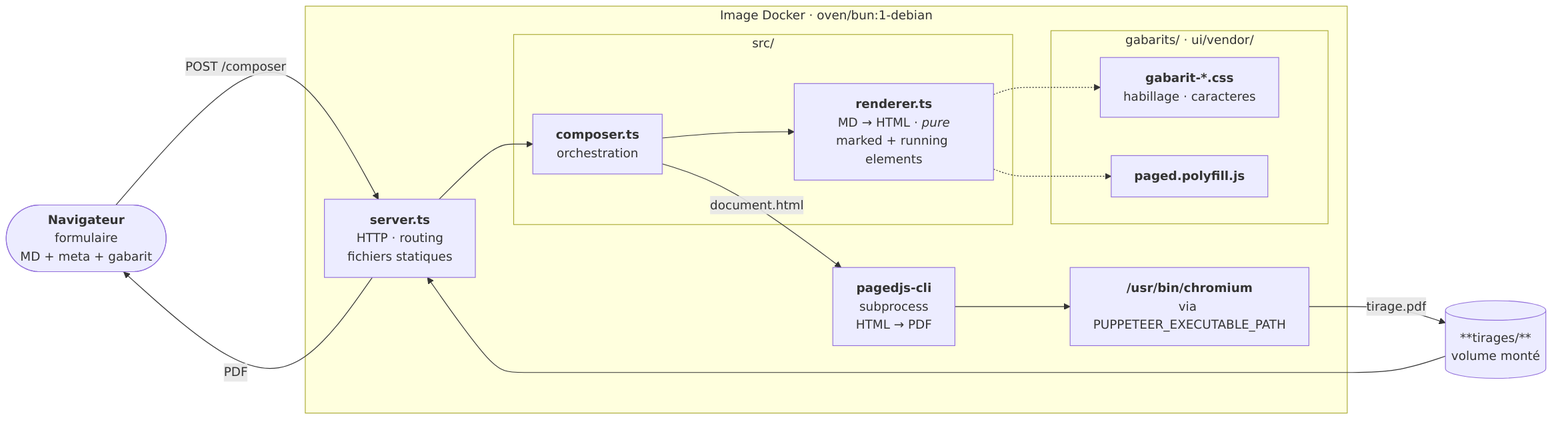
This is docs/rendus/architecture.png from sans-titre/tampon, a Mermaid export, as it was before one commit. Its source is kept beside it as docs/diagrammes/architecture.mmd.
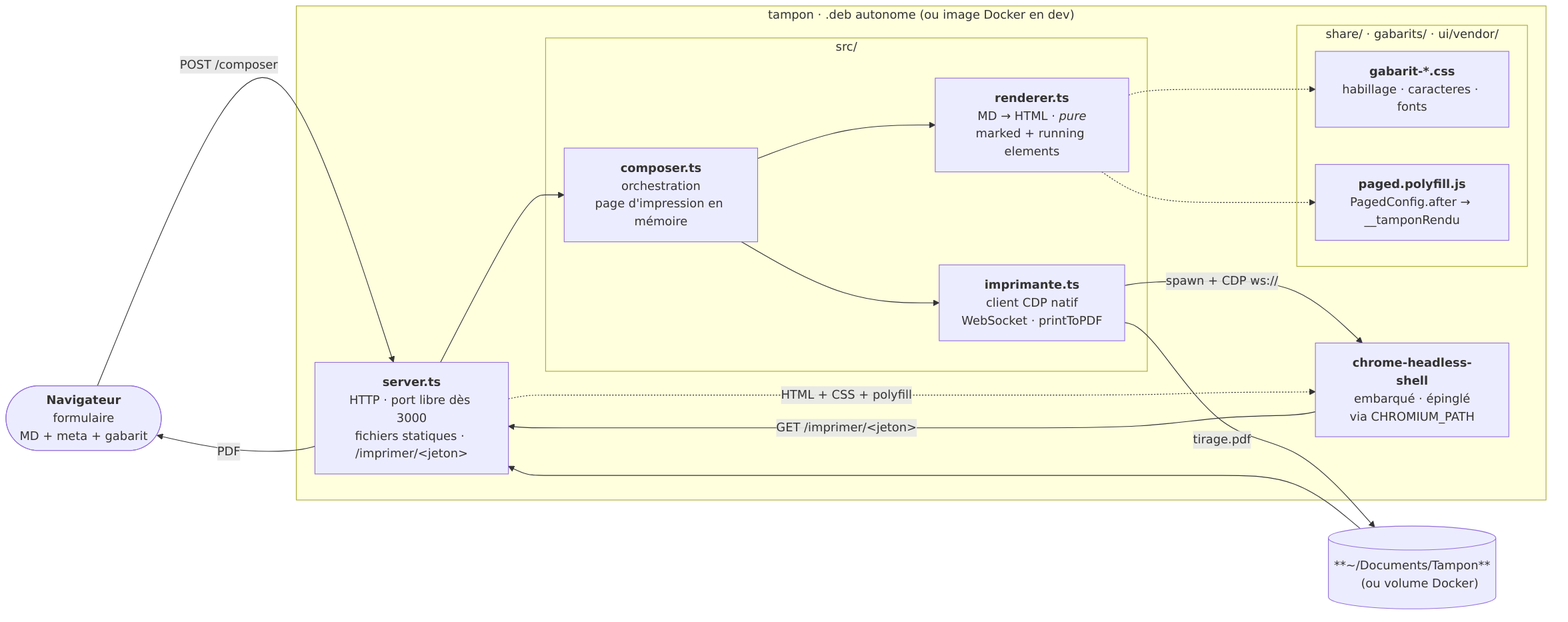
After the change.

Commit message:
refactor : rendu PDF via client CDP natif

What changed in the source:
```diff
@@ -3,11 +3,11 @@
     formulaire
     MD + meta + gabarit`"])
 
-    subgraph DOCKER["Image Docker · oven/bun:1-debian"]
+    subgraph BUNDLE["tampon · .deb autonome (ou image Docker en dev)"]
 
         SRV["`**server.ts**
-        HTTP · routing
-        fichiers statiques`"]
+        HTTP · port libre dès 3000
+        fichiers statiques · /imprimer/&lt;jeton&gt;`"]
 
         subgraph SRC["src/"]
             direction TB
@@ -15,34 +15,38 @@
             MD → HTML · *pure*
             marked + running elements`"]
             C["`**composer.ts**
-            orchestration`"]
+            orchestration
+            page d'impression en mémoire`"]
+            I["`**imprimante.ts**
+            client CDP natif
+            WebSocket · printToPDF`"]
             C --> R
+            C --> I
         end
 
-        PAGEDJS["`**pagedjs-cli**
-        subprocess
-        HTML → PDF`"]
+        CHROM["`**chrome-headless-shell**
+        embarqué · épinglé
+        via CHROMIUM_PATH`"]
 
-        CHROM["`**/usr/bin/chromium**
-        via PUPPETEER_EXECUTABLE_PATH`"]
-
-        subgraph ASSETS["gabarits/ · ui/vendor/"]
+        subgraph ASSETS["share/ · gabarits/ · ui/vendor/"]
             CSS["`**gabarit-*.css**
-            habillage · caracteres`"]
-            POLYFILL["`**paged.polyfill.js**`"]
+            habillage · caracteres · fonts`"]
+            POLYFILL["`**paged.polyfill.js**
+            PagedConfig.after → __tamponRendu`"]
         end
 
     end
 
-    TIRAGES[("**tirages/**
-    volume monté")]
+    TIRAGES[("**~/Documents/Tampon**
+    (ou volume Docker)")]
 
-    USER      -->|"POST /composer"| SRV
-    SRV       --> C
-    C         -->|"document.html"| PAGEDJS
-    PAGEDJS   --> CHROM
-    CHROM     -->|"tirage.pdf"| TIRAGES
-    TIRAGES   --> SRV
-    SRV       -->|"PDF"| USER
+    USER    -->|"POST /composer"| SRV
+    SRV     --> C
+    I       -->|"spawn + CDP ws://"| CHROM
+    CHROM   -->|"GET /imprimer/&lt;jeton&gt;"| SRV
+    SRV     -.->|"HTML + CSS + polyfill"| CHROM
+    I       -->|"tirage.pdf"| TIRAGES
+    TIRAGES --> SRV
+    SRV     -->|"PDF"| USER
 
-    R         -.-> CSS & POLYFILL
+    R -.-> CSS & POLYFILL
```
